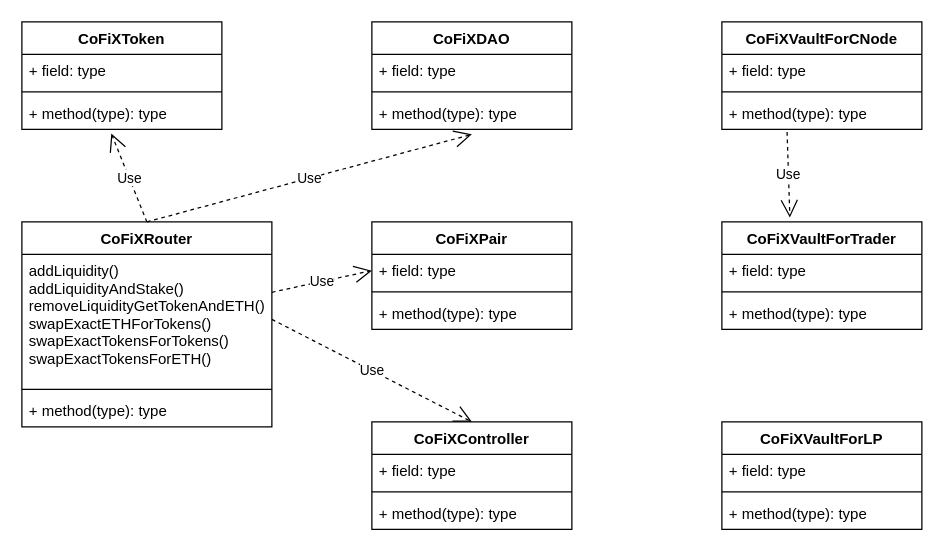
Computable-Finance/CoFiX-V2.1 keeps this draw.io diagram as docs/CoFiX2.1.drawio. Above is the earlier version. Source tidied: cells renumbered, new cells numbered last; positions are measured from the earlier drawing's top-left corner, leaving out a move shared by most shapes. Both pictures are drawn from the tidied source at 125%, with x=0, y=0 at pixel (21, 21).
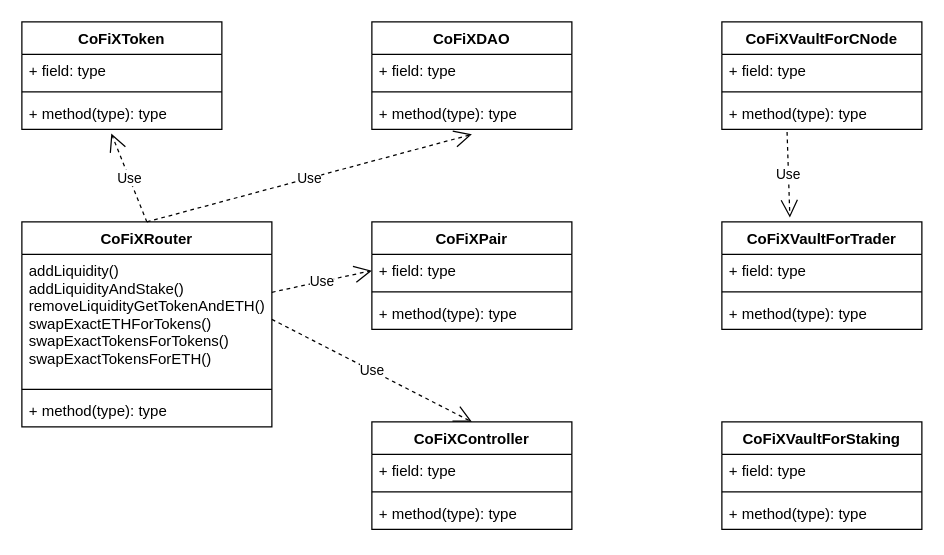
After the change.

What changed in the source:
```diff
@@
-    <mxCell id="35" value="CoFiXVaultForLP" style="swimlane;fontStyle=1;align=center;verticalAlign=top;horizontal=1;startSize=26;" parent="1" vertex="1">
+    <mxCell id="35" value="CoFiXVaultForStaking" style="swimlane;fontStyle=1;align=center;verticalAlign=top;horizontal=1;startSize=26;" parent="1" vertex="1">
       <mxGeometry x="560" y="320" width="160" height="86" as="geometry" />
     </mxCell>
```
